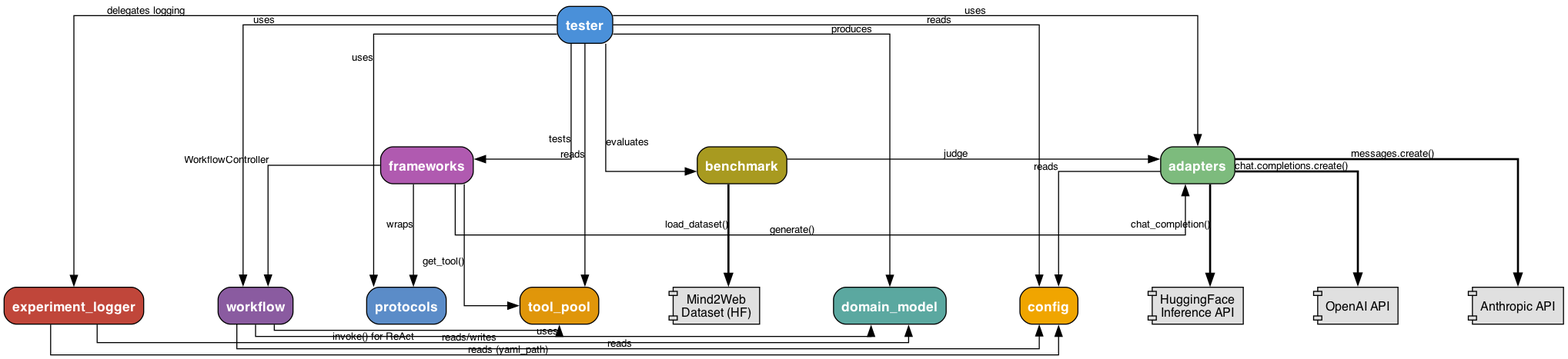
cewebbr/mastif keeps this Graphviz diagram as images/component_diagram.png. Above is the earlier version. Its source is kept beside it as images/component_diagram.dot.
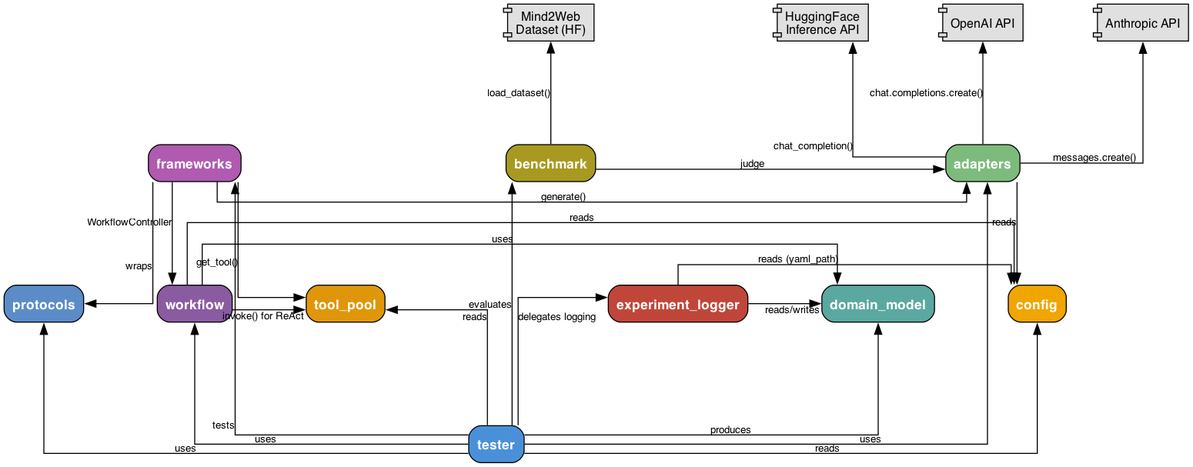
Above is the later version.

Commit message:
Component diagram update

The edit, as a diff of the source:
```diff
@@ -14,7 +14,7 @@
 edge [fontname="Helvetica", fontsize=10];
 
 
-{ rank=max;
+{ rank=min;
     HuggingFaceAPI;
     OpenAIAPI;
     AnthropicAPI;
@@ -50,7 +50,7 @@
 ];
 
 
-{ rank=min;
+{ rank=max;
     tester;
 }
 
@@ -182,9 +182,9 @@
 tester -> workflow          [xlabel="uses"];
 tester -> experiment_logger [xlabel="delegates logging"];
 
-adapters -> HuggingFaceAPI [xlabel="chat_completion()", style=bold];
-adapters -> OpenAIAPI      [xlabel="chat.completions.create()", style=bold];
-adapters -> AnthropicAPI   [xlabel="messages.create()", style=bold];
+adapters -> HuggingFaceAPI [xlabel="chat_completion()"];
+adapters -> OpenAIAPI      [xlabel="chat.completions.create()"];
+adapters -> AnthropicAPI   [xlabel="messages.create()"];
 adapters -> config         [xlabel="reads"];
 
 frameworks -> adapters  [xlabel="generate()"];
@@ -199,7 +199,7 @@
 experiment_logger -> domain_model [xlabel="reads/writes"];
 experiment_logger -> config       [xlabel="reads (yaml_path)"];
 
-benchmark -> Mind2WebDataset [xlabel="load_dataset()", style=bold];
+benchmark -> Mind2WebDataset [xlabel="load_dataset()"];
 benchmark -> adapters        [xlabel="judge"];
 
 }
```
